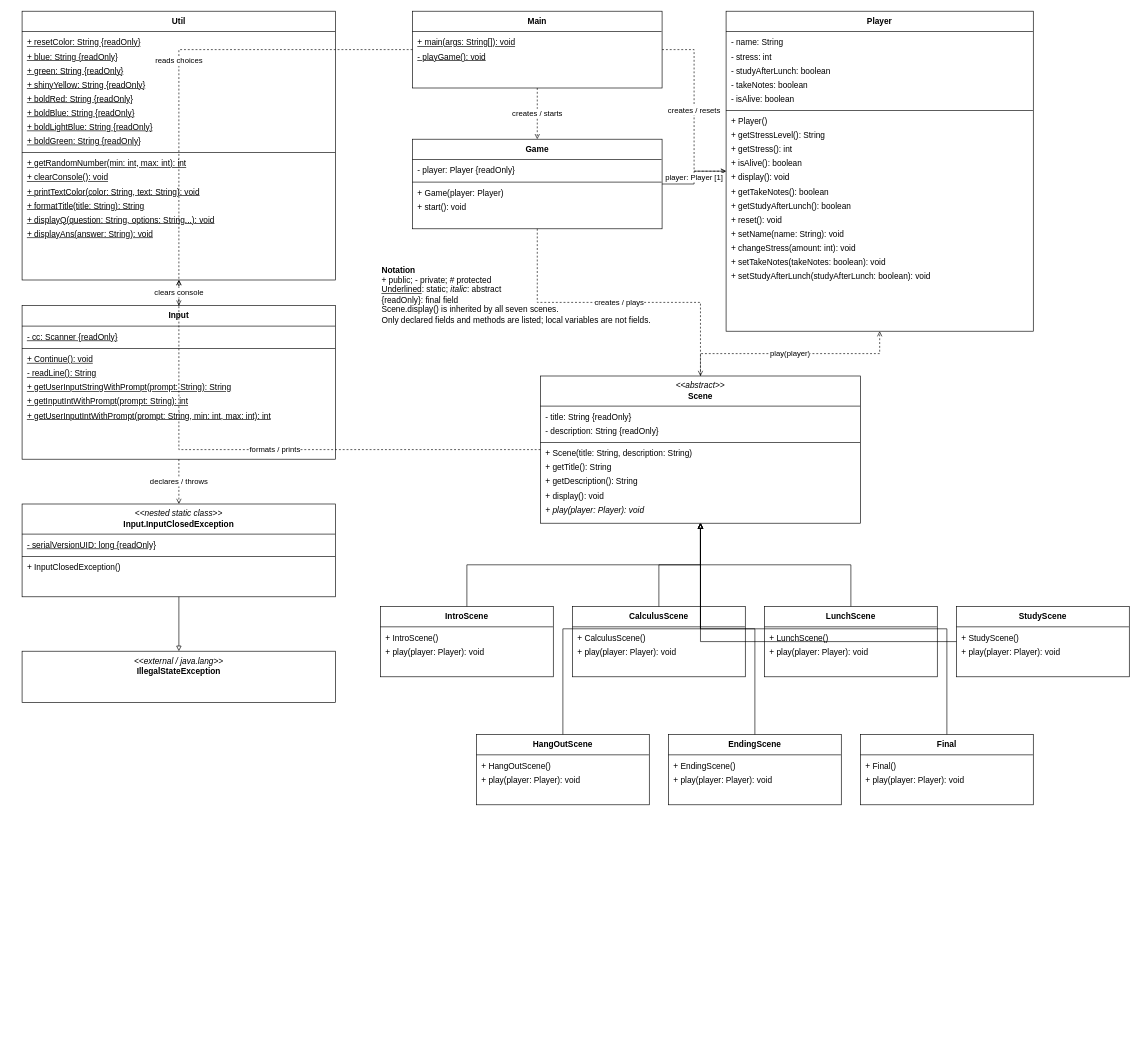
Earlier version of the draw.io diagram .idea/UML Diagram.drawio (lin-zaw112/cs_adventure). Source tidied: cells renumbered, new cells numbered last; positions are measured from the earlier drawing's top-left corner, leaving out a move shared by most shapes. Both pictures are drawn from the tidied source at 64%, with x=0, y=0 at pixel (22, 11).
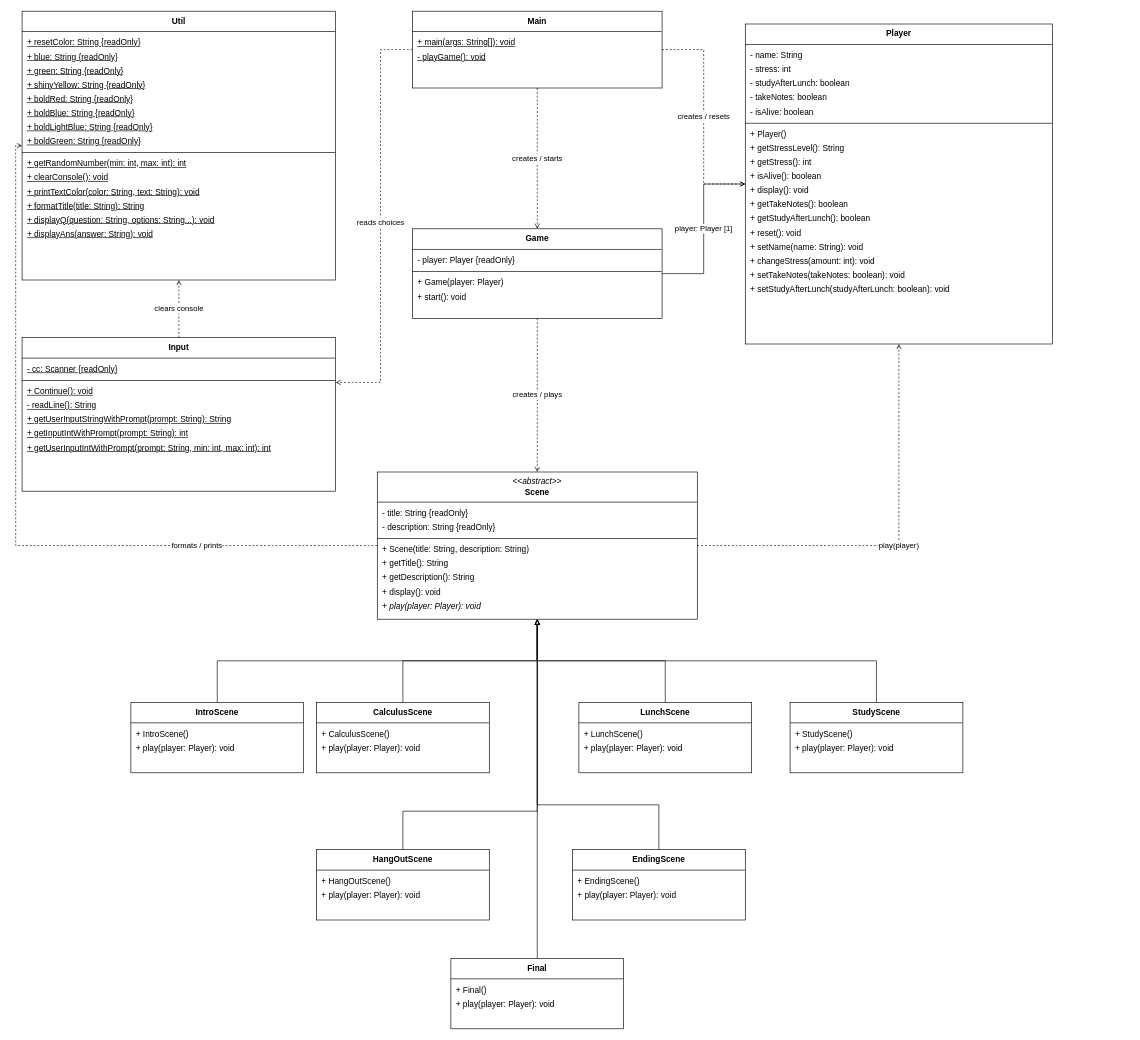
Above is the later version.

Unchanged cells that the change refers to:
```xml
<mxCell id="2" value="&lt;div style=&quot;padding:8px;text-align:center;font-weight:bold;&quot;&gt;Main&lt;/div&gt;&lt;div style=&quot;border-top:1px solid;padding:6px 8px;&quot;&gt;&lt;div style=&quot;line-height:22px;&quot;&gt;&lt;u&gt;+ main(args: String[]): void&lt;/u&gt;&lt;/div&gt;&lt;div style=&quot;line-height:22px;&quot;&gt;&lt;u&gt;- playGame(): void&lt;/u&gt;&lt;/div&gt;&lt;/div&gt;" style="verticalAlign=top;align=left;overflow=fill;html=1;whiteSpace=wrap;fontSize=13;spacing=0;" parent="1" vertex="1">
  <mxGeometry x="610" width="390" height="120" as="geometry" />
</mxCell>
<mxCell id="5" value="&lt;div style=&quot;padding:8px;text-align:center;font-weight:bold;&quot;&gt;Util&lt;/div&gt;&lt;div style=&quot;border-top:1px solid;padding:6px 8px;&quot;&gt;&lt;div style=&quot;line-height:22px;&quot;&gt;&lt;u&gt;+ resetColor: String {readOnly}&lt;/u&gt;&lt;/div&gt;&lt;div style=&quot;line-height:22px;&quot;&gt;&lt;u&gt;+ blue: String {readOnly}&lt;/u&gt;&lt;/div&gt;&lt;div style=&quot;line-height:22px;&quot;&gt;&lt;u&gt;+ green: String {readOnly}&lt;/u&gt;&lt;/div&gt;&lt;div style=&quot;line-height:22px;&quot;&gt;&lt;u&gt;+ shinyYellow: String {readOnly}&lt;/u&gt;&lt;/div&gt;&lt;div style=&quot;line-height:22px;&quot;&gt;&lt;u&gt;+ boldRed: String {readOnly}&lt;/u&gt;&lt;/div&gt;&lt;div style=&quot;line-height:22px;&quot;&gt;&lt;u&gt;+ boldBlue: String {readOnly}&lt;/u&gt;&lt;/div&gt;&lt;div style=&quot;line-height:22px;&quot;&gt;&lt;u&gt;+ boldLightBlue: String {readOnly}&lt;/u&gt;&lt;/div&gt;&lt;div style=&quot;line-height:22px;&quot;&gt;&lt;u&gt;+ boldGreen: String {readOnly}&lt;/u&gt;&lt;/div&gt;&lt;/div&gt;&lt;div style=&quot;border-top:1px solid;padding:6px 8px;&quot;&gt;&lt;div style=&quot;line-height:22px;&quot;&gt;&lt;u&gt;+ getRandomNumber(min: int, max: int): int&lt;/u&gt;&lt;/div&gt;&lt;div style=&quot;line-height:22px;&quot;&gt;&lt;u&gt;+ clearConsole(): void&lt;/u&gt;&lt;/div&gt;&lt;div style=&quot;line-height:22px;&quot;&gt;&lt;u&gt;+ printTextColor(color: String, text: String): void&lt;/u&gt;&lt;/div&gt;&lt;div style=&quot;line-height:22px;&quot;&gt;&lt;u&gt;+ formatTitle(title: String): String&lt;/u&gt;&lt;/div&gt;&lt;div style=&quot;line-height:22px;&quot;&gt;&lt;u&gt;+ displayQ(question: String, options: String...): void&lt;/u&gt;&lt;/div&gt;&lt;div style=&quot;line-height:22px;&quot;&gt;&lt;u&gt;+ displayAns(answer: String): void&lt;/u&gt;&lt;/div&gt;&lt;/div&gt;" style="verticalAlign=top;align=left;overflow=fill;html=1;whiteSpace=wrap;fontSize=13;spacing=0;" parent="1" vertex="1">
  <mxGeometry width="490" height="420" as="geometry" />
</mxCell>
```

The edit, as a diff of the source:
```diff
@@
     <mxCell id="3" value="&lt;div style=&quot;padding:8px;text-align:center;font-weight:bold;&quot;&gt;Game&lt;/div&gt;&lt;div style=&quot;border-top:1px solid;padding:6px 8px;&quot;&gt;&lt;div style=&quot;line-height:22px;&quot;&gt;- player: Player {readOnly}&lt;/div&gt;&lt;/div&gt;&lt;div style=&quot;border-top:1px solid;padding:6px 8px;&quot;&gt;&lt;div style=&quot;line-height:22px;&quot;&gt;+ Game(player: Player)&lt;/div&gt;&lt;div style=&quot;line-height:22px;&quot;&gt;+ start(): void&lt;/div&gt;&lt;/div&gt;" style="verticalAlign=top;align=left;overflow=fill;html=1;whiteSpace=wrap;fontSize=13;spacing=0;" parent="1" vertex="1">
-      <mxGeometry x="610" y="200" width="390" height="140" as="geometry" />
+      <mxGeometry x="610" y="340" width="390" height="140" as="geometry" />
     </mxCell>
     <mxCell id="4" value="&lt;div style=&quot;padding:8px;text-align:center;font-weight:bold;&quot;&gt;Player&lt;/div&gt;&lt;div style=&quot;border-top:1px solid;padding:6px 8px;&quot;&gt;&lt;div style=&quot;line-height:22px;&quot;&gt;- name: String&lt;/div&gt;&lt;div style=&quot;line-height:22px;&quot;&gt;- stress: int&lt;/div&gt;&lt;div style=&quot;line-height:22px;&quot;&gt;- studyAfterLunch: boolean&lt;/div&gt;&lt;div style=&quot;line-height:22px;&quot;&gt;- takeNotes: boolean&lt;/div&gt;&lt;div style=&quot;line-height:22px;&quot;&gt;- isAlive: boolean&lt;/div&gt;&lt;/div&gt;&lt;div style=&quot;border-top:1px solid;padding:6px 8px;&quot;&gt;&lt;div style=&quot;line-height:22px;&quot;&gt;+ Player()&lt;/div&gt;&lt;div style=&quot;line-height:22px;&quot;&gt;+ getStressLevel(): String&lt;/div&gt;&lt;div style=&quot;line-height:22px;&quot;&gt;+ getStress(): int&lt;/div&gt;&lt;div style=&quot;line-height:22px;&quot;&gt;+ isAlive(): boolean&lt;/div&gt;&lt;div style=&quot;line-height:22px;&quot;&gt;+ display(): void&lt;/div&gt;&lt;div style=&quot;line-height:22px;&quot;&gt;+ getTakeNotes(): boolean&lt;/div&gt;&lt;div style=&quot;line-height:22px;&quot;&gt;+ getStudyAfterLunch(): boolean&lt;/div&gt;&lt;div style=&quot;line-height:22px;&quot;&gt;+ reset(): void&lt;/div&gt;&lt;div style=&quot;line-height:22px;&quot;&gt;+ setName(name: String): void&lt;/div&gt;&lt;div style=&quot;line-height:22px;&quot;&gt;+ changeStress(amount: int): void&lt;/div&gt;&lt;div style=&quot;line-height:22px;&quot;&gt;+ setTakeNotes(takeNotes: boolean): void&lt;/div&gt;&lt;div style=&quot;line-height:22px;&quot;&gt;+ setStudyAfterLunch(studyAfterLunch: boolean): void&lt;/div&gt;&lt;/div&gt;" style="verticalAlign=top;align=left;overflow=fill;html=1;whiteSpace=wrap;fontSize=13;spacing=0;" parent="1" vertex="1">
-      <mxGeometry x="1100" width="480" height="500" as="geometry" />
+      <mxGeometry x="1130" y="20" width="480" height="500" as="geometry" />
     </mxCell>
@@
     <mxCell id="6" value="&lt;div style=&quot;padding:8px;text-align:center;font-weight:bold;&quot;&gt;Input&lt;/div&gt;&lt;div style=&quot;border-top:1px solid;padding:6px 8px;&quot;&gt;&lt;div style=&quot;line-height:22px;&quot;&gt;&lt;u&gt;- cc: Scanner {readOnly}&lt;/u&gt;&lt;/div&gt;&lt;/div&gt;&lt;div style=&quot;border-top:1px solid;padding:6px 8px;&quot;&gt;&lt;div style=&quot;line-height:22px;&quot;&gt;&lt;u&gt;+ Continue(): void&lt;/u&gt;&lt;/div&gt;&lt;div style=&quot;line-height:22px;&quot;&gt;&lt;u&gt;- readLine(): String&lt;/u&gt;&lt;/div&gt;&lt;div style=&quot;line-height:22px;&quot;&gt;&lt;u&gt;+ getUserInputStringWithPrompt(prompt: String): String&lt;/u&gt;&lt;/div&gt;&lt;div style=&quot;line-height:22px;&quot;&gt;&lt;u&gt;+ getInputIntWithPrompt(prompt: String): int&lt;/u&gt;&lt;/div&gt;&lt;div style=&quot;line-height:22px;&quot;&gt;&lt;u&gt;+ getUserInputIntWithPrompt(prompt: String, min: int, max: int): int&lt;/u&gt;&lt;/div&gt;&lt;/div&gt;" style="verticalAlign=top;align=left;overflow=fill;html=1;whiteSpace=wrap;fontSize=13;spacing=0;" parent="1" vertex="1">
-      <mxGeometry y="460" width="490" height="240" as="geometry" />
+      <mxGeometry y="510" width="490" height="240" as="geometry" />
     </mxCell>
-    <mxCell id="7" value="&lt;div style=&quot;padding:8px;text-align:center;font-weight:bold;&quot;&gt;&lt;div style=&quot;font-weight:normal;font-style:italic;&quot;&gt;&amp;lt;&amp;lt;nested static class&amp;gt;&amp;gt;&lt;/div&gt;Input.InputClosedException&lt;/div&gt;&lt;div style=&quot;border-top:1px solid;padding:6px 8px;&quot;&gt;&lt;div style=&quot;line-height:22px;&quot;&gt;&lt;u&gt;- serialVersionUID: long {readOnly}&lt;/u&gt;&lt;/div&gt;&lt;/div&gt;&lt;div style=&quot;border-top:1px solid;padding:6px 8px;&quot;&gt;&lt;div style=&quot;line-height:22px;&quot;&gt;+ InputClosedException()&lt;/div&gt;&lt;/div&gt;" style="verticalAlign=top;align=left;overflow=fill;html=1;whiteSpace=wrap;fontSize=13;spacing=0;" parent="1" vertex="1">
-      <mxGeometry y="770" width="490" height="145" as="geometry" />
-    </mxCell>
-    <mxCell id="8" value="&lt;div style=&quot;padding:8px;text-align:center;font-weight:bold;&quot;&gt;&lt;div style=&quot;font-weight:normal;font-style:italic;&quot;&gt;&amp;lt;&amp;lt;external / java.lang&amp;gt;&amp;gt;&lt;/div&gt;IllegalStateException&lt;/div&gt;" style="verticalAlign=top;align=left;overflow=fill;html=1;whiteSpace=wrap;fontSize=13;spacing=0;" parent="1" vertex="1">
-      <mxGeometry y="1000" width="490" height="80" as="geometry" />
-    </mxCell>
     <mxCell id="9" value="&lt;div style=&quot;padding:8px;text-align:center;font-weight:bold;&quot;&gt;&lt;div style=&quot;font-weight:normal;font-style:italic;&quot;&gt;&amp;lt;&amp;lt;abstract&amp;gt;&amp;gt;&lt;/div&gt;Scene&lt;/div&gt;&lt;div style=&quot;border-top:1px solid;padding:6px 8px;&quot;&gt;&lt;div style=&quot;line-height:22px;&quot;&gt;- title: String {readOnly}&lt;/div&gt;&lt;div style=&quot;line-height:22px;&quot;&gt;- description: String {readOnly}&lt;/div&gt;&lt;/div&gt;&lt;div style=&quot;border-top:1px solid;padding:6px 8px;&quot;&gt;&lt;div style=&quot;line-height:22px;&quot;&gt;+ Scene(title: String, description: String)&lt;/div&gt;&lt;div style=&quot;line-height:22px;&quot;&gt;+ getTitle(): String&lt;/div&gt;&lt;div style=&quot;line-height:22px;&quot;&gt;+ getDescription(): String&lt;/div&gt;&lt;div style=&quot;line-height:22px;&quot;&gt;+ display(): void&lt;/div&gt;&lt;div style=&quot;line-height:22px;&quot;&gt;&lt;i&gt;+ play(player: Player): void&lt;/i&gt;&lt;/div&gt;&lt;/div&gt;" style="verticalAlign=top;align=left;overflow=fill;html=1;whiteSpace=wrap;fontSize=13;spacing=0;" parent="1" vertex="1">
-      <mxGeometry x="810" y="570" width="500" height="230" as="geometry" />
+      <mxGeometry x="555" y="720" width="500" height="230" as="geometry" />
     </mxCell>
     <mxCell id="10" value="&lt;div style=&quot;padding:8px;text-align:center;font-weight:bold;&quot;&gt;IntroScene&lt;/div&gt;&lt;div style=&quot;border-top:1px solid;padding:6px 8px;&quot;&gt;&lt;div style=&quot;line-height:22px;&quot;&gt;+ IntroScene()&lt;/div&gt;&lt;div style=&quot;line-height:22px;&quot;&gt;+ play(player: Player): void&lt;/div&gt;&lt;/div&gt;" style="verticalAlign=top;align=left;overflow=fill;html=1;whiteSpace=wrap;fontSize=13;spacing=0;" parent="1" vertex="1">
-      <mxGeometry x="560" y="930" width="270" height="110" as="geometry" />
+      <mxGeometry x="170" y="1080" width="270" height="110" as="geometry" />
     </mxCell>
     <mxCell id="11" value="&lt;div style=&quot;padding:8px;text-align:center;font-weight:bold;&quot;&gt;CalculusScene&lt;/div&gt;&lt;div style=&quot;border-top:1px solid;padding:6px 8px;&quot;&gt;&lt;div style=&quot;line-height:22px;&quot;&gt;+ CalculusScene()&lt;/div&gt;&lt;div style=&quot;line-height:22px;&quot;&gt;+ play(player: Player): void&lt;/div&gt;&lt;/div&gt;" style="verticalAlign=top;align=left;overflow=fill;html=1;whiteSpace=wrap;fontSize=13;spacing=0;" parent="1" vertex="1">
-      <mxGeometry x="860" y="930" width="270" height="110" as="geometry" />
+      <mxGeometry x="460" y="1080" width="270" height="110" as="geometry" />
     </mxCell>
     <mxCell id="12" value="&lt;div style=&quot;padding:8px;text-align:center;font-weight:bold;&quot;&gt;LunchScene&lt;/div&gt;&lt;div style=&quot;border-top:1px solid;padding:6px 8px;&quot;&gt;&lt;div style=&quot;line-height:22px;&quot;&gt;+ LunchScene()&lt;/div&gt;&lt;div style=&quot;line-height:22px;&quot;&gt;+ play(player: Player): void&lt;/div&gt;&lt;/div&gt;" style="verticalAlign=top;align=left;overflow=fill;html=1;whiteSpace=wrap;fontSize=13;spacing=0;" parent="1" vertex="1">
-      <mxGeometry x="1160" y="930" width="270" height="110" as="geometry" />
+      <mxGeometry x="870" y="1080" width="270" height="110" as="geometry" />
     </mxCell>
     <mxCell id="13" value="&lt;div style=&quot;padding:8px;text-align:center;font-weight:bold;&quot;&gt;StudyScene&lt;/div&gt;&lt;div style=&quot;border-top:1px solid;padding:6px 8px;&quot;&gt;&lt;div style=&quot;line-height:22px;&quot;&gt;+ StudyScene()&lt;/div&gt;&lt;div style=&quot;line-height:22px;&quot;&gt;+ play(player: Player): void&lt;/div&gt;&lt;/div&gt;" style="verticalAlign=top;align=left;overflow=fill;html=1;whiteSpace=wrap;fontSize=13;spacing=0;" parent="1" vertex="1">
-      <mxGeometry x="1460" y="930" width="270" height="110" as="geometry" />
+      <mxGeometry x="1200" y="1080" width="270" height="110" as="geometry" />
     </mxCell>
     <mxCell id="14" value="&lt;div style=&quot;padding:8px;text-align:center;font-weight:bold;&quot;&gt;HangOutScene&lt;/div&gt;&lt;div style=&quot;border-top:1px solid;padding:6px 8px;&quot;&gt;&lt;div style=&quot;line-height:22px;&quot;&gt;+ HangOutScene()&lt;/div&gt;&lt;div style=&quot;line-height:22px;&quot;&gt;+ play(player: Player): void&lt;/div&gt;&lt;/div&gt;" style="verticalAlign=top;align=left;overflow=fill;html=1;whiteSpace=wrap;fontSize=13;spacing=0;" parent="1" vertex="1">
-      <mxGeometry x="710" y="1130" width="270" height="110" as="geometry" />
+      <mxGeometry x="460" y="1310" width="270" height="110" as="geometry" />
     </mxCell>
     <mxCell id="15" value="&lt;div style=&quot;padding:8px;text-align:center;font-weight:bold;&quot;&gt;EndingScene&lt;/div&gt;&lt;div style=&quot;border-top:1px solid;padding:6px 8px;&quot;&gt;&lt;div style=&quot;line-height:22px;&quot;&gt;+ EndingScene()&lt;/div&gt;&lt;div style=&quot;line-height:22px;&quot;&gt;+ play(player: Player): void&lt;/div&gt;&lt;/div&gt;" style="verticalAlign=top;align=left;overflow=fill;html=1;whiteSpace=wrap;fontSize=13;spacing=0;" parent="1" vertex="1">
-      <mxGeometry x="1010" y="1130" width="270" height="110" as="geometry" />
+      <mxGeometry x="860" y="1310" width="270" height="110" as="geometry" />
     </mxCell>
     <mxCell id="16" value="&lt;div style=&quot;padding:8px;text-align:center;font-weight:bold;&quot;&gt;Final&lt;/div&gt;&lt;div style=&quot;border-top:1px solid;padding:6px 8px;&quot;&gt;&lt;div style=&quot;line-height:22px;&quot;&gt;+ Final()&lt;/div&gt;&lt;div style=&quot;line-height:22px;&quot;&gt;+ play(player: Player): void&lt;/div&gt;&lt;/div&gt;" style="verticalAlign=top;align=left;overflow=fill;html=1;whiteSpace=wrap;fontSize=13;spacing=0;" parent="1" vertex="1">
-      <mxGeometry x="1310" y="1130" width="270" height="110" as="geometry" />
+      <mxGeometry x="670" y="1480" width="270" height="110" as="geometry" />
     </mxCell>
@@
     <mxCell id="19" value="reads choices" style="edgeStyle=orthogonalEdgeStyle;rounded=0;html=1;labelBackgroundColor=#ffffff;fontSize=12;dashed=1;endArrow=open;endFill=0;" parent="1" edge="1" source="2" target="6">
-      <mxGeometry relative="1" as="geometry" />
+      <mxGeometry relative="1" as="geometry">
+        <Array as="points">
+          <mxPoint x="560" y="60" />
+          <mxPoint x="560" y="580" />
+        </Array>
+      </mxGeometry>
     </mxCell>
@@
     <mxCell id="23" value="formats / prints" style="edgeStyle=orthogonalEdgeStyle;rounded=0;html=1;labelBackgroundColor=#ffffff;fontSize=12;dashed=1;endArrow=open;endFill=0;" parent="1" edge="1" source="9" target="5">
-      <mxGeometry relative="1" as="geometry" />
+      <mxGeometry x="-0.53" relative="1" as="geometry">
+        <Array as="points">
+          <mxPoint x="-10" y="835" />
+          <mxPoint x="-10" y="210" />
+        </Array>
+      </mxGeometry>
     </mxCell>
@@
-    <mxCell id="25" value="declares / throws" style="edgeStyle=orthogonalEdgeStyle;rounded=0;html=1;labelBackgroundColor=#ffffff;fontSize=12;dashed=1;endArrow=open;endFill=0;" parent="1" edge="1" source="6" target="7">
-      <mxGeometry relative="1" as="geometry" />
-    </mxCell>
-    <mxCell id="26" style="edgeStyle=orthogonalEdgeStyle;rounded=0;html=1;labelBackgroundColor=#ffffff;fontSize=12;endArrow=block;endFill=0;" parent="1" edge="1" source="7" target="8">
-      <mxGeometry relative="1" as="geometry" />
-    </mxCell>
-    <mxCell id="27" style="edgeStyle=orthogonalEdgeStyle;rounded=0;html=1;labelBackgroundColor=#ffffff;fontSize=12;endArrow=block;endFill=0;" parent="1" edge="1" source="10" target="9">
+    <mxCell id="27" style="edgeStyle=orthogonalEdgeStyle;rounded=0;html=1;labelBackgroundColor=#ffffff;fontSize=12;endArrow=block;endFill=0;exitX=0.5;exitY=0;exitDx=0;exitDy=0;" parent="1" edge="1" source="10" target="9">
       <mxGeometry relative="1" as="geometry" />
     </mxCell>
@@
-    <mxCell id="30" style="edgeStyle=orthogonalEdgeStyle;rounded=0;html=1;labelBackgroundColor=#ffffff;fontSize=12;endArrow=block;endFill=0;" parent="1" edge="1" source="13" target="9">
+    <mxCell id="30" style="edgeStyle=orthogonalEdgeStyle;rounded=0;html=1;labelBackgroundColor=#ffffff;fontSize=12;endArrow=block;endFill=0;exitX=0.5;exitY=0;exitDx=0;exitDy=0;" parent="1" edge="1" source="13" target="9">
       <mxGeometry relative="1" as="geometry" />
     </mxCell>
-    <mxCell id="31" style="edgeStyle=orthogonalEdgeStyle;rounded=0;html=1;labelBackgroundColor=#ffffff;fontSize=12;endArrow=block;endFill=0;" parent="1" edge="1" source="14" target="9">
-      <mxGeometry relative="1" as="geometry" />
+    <mxCell id="31" style="edgeStyle=orthogonalEdgeStyle;rounded=0;html=1;labelBackgroundColor=#ffffff;fontSize=12;endArrow=block;endFill=0;" parent="1" edge="1">
+      <mxGeometry relative="1" as="geometry">
+        <mxPoint x="595" y="1310" as="sourcePoint" />
+        <mxPoint x="805" y="950" as="targetPoint" />
+        <Array as="points">
+          <mxPoint x="595" y="1250" />
+          <mxPoint x="805" y="1250" />
+        </Array>
+      </mxGeometry>
     </mxCell>
     <mxCell id="32" style="edgeStyle=orthogonalEdgeStyle;rounded=0;html=1;labelBackgroundColor=#ffffff;fontSize=12;endArrow=block;endFill=0;" parent="1" edge="1" source="15" target="9">
-      <mxGeometry relative="1" as="geometry" />
+      <mxGeometry relative="1" as="geometry">
+        <Array as="points">
+          <mxPoint x="995" y="1240" />
+          <mxPoint x="805" y="1240" />
+        </Array>
+      </mxGeometry>
     </mxCell>
@@
-    <mxCell id="34" value="&lt;b&gt;Notation&lt;/b&gt;&lt;br&gt;+ public; - private; # protected&lt;br&gt;&lt;u&gt;Underlined&lt;/u&gt;: static; &lt;i&gt;italic&lt;/i&gt;: abstract&lt;br&gt;{readOnly}: final field&lt;br&gt;Scene.display() is inherited by all seven scenes.&lt;br&gt;Only declared fields and methods are listed; local variables are not fields." style="text;html=1;align=left;verticalAlign=top;fontSize=13;" parent="1" vertex="1">
-      <mxGeometry x="560" y="390" width="530" height="145" as="geometry" />
-    </mxCell>
```
